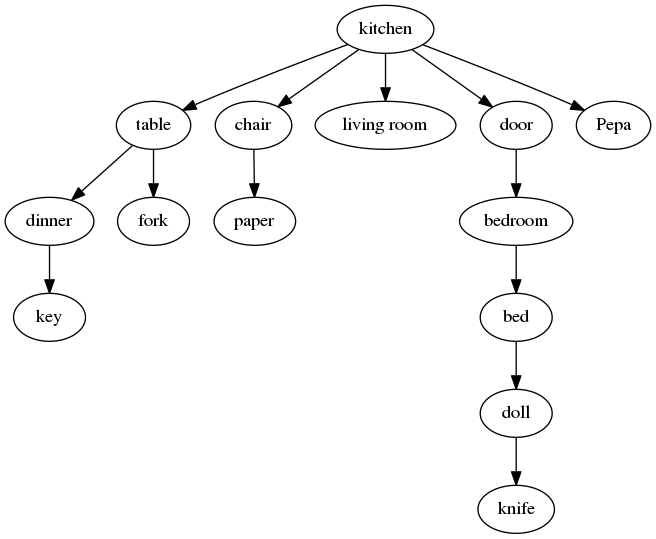
Earlier version of the Graphviz export simple_example.png (PanSpagetka/TextAdventure). Its source is kept beside it as simple_example.dot.
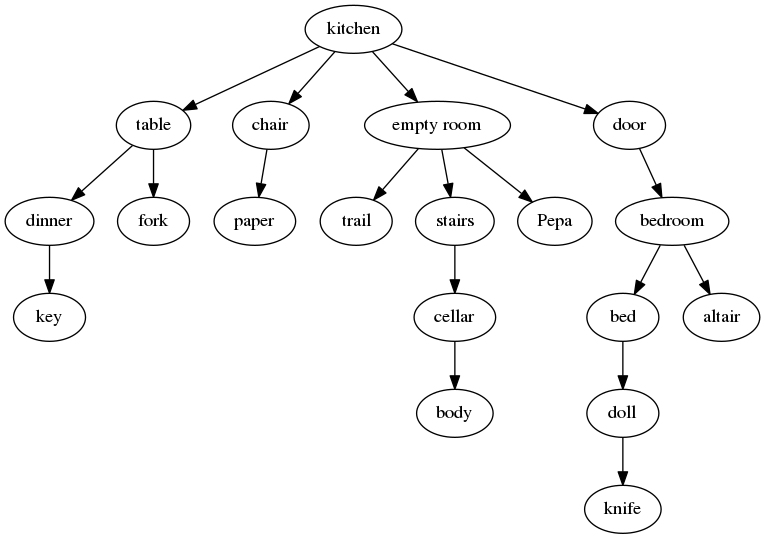
The same diagram one commit later.

Diff of the diagram source:
```diff
@@ -6,11 +6,16 @@
     "table" -> "fork";
     "kitchen" -> "chair";
     "chair" -> "paper";
-    "kitchen" -> "living room";
+    "kitchen" -> "empty room";
+    "empty room" -> "trail";
+    "empty room" -> "stairs";
+    "stairs" -> "cellar";
+    "cellar" -> "body";
+    "empty room" -> "Pepa";
     "kitchen" -> "door";
     "door" -> "bedroom";
     "bedroom" -> "bed";
     "bed" -> "doll";
     "doll" -> "knife";
-    "kitchen" -> "Pepa";
+    "bedroom" -> "altair";
   }
```
